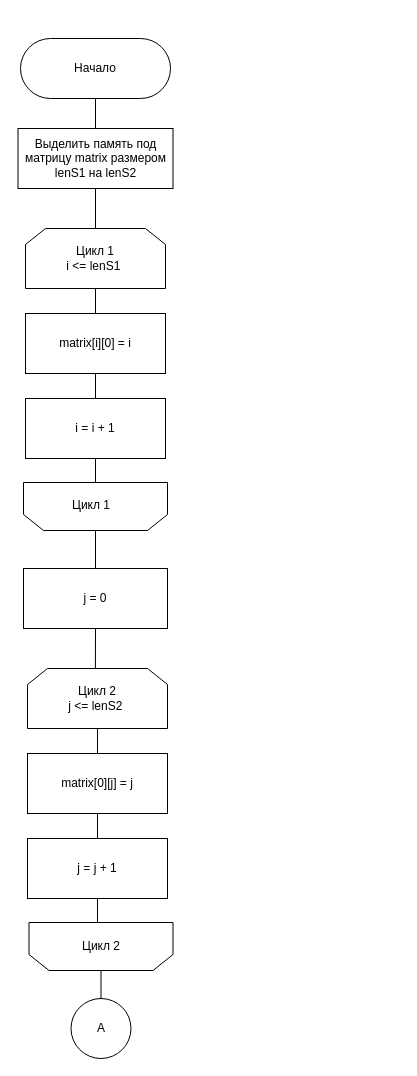
The draw.io diagram page "Страница — 4" (4 of 6) of docs/report/LR.drawio in Slindess/CG_COURSE, before the edit. Source tidied: cells renumbered, new cells numbered last; positions are measured from the earlier drawing's top-left corner, leaving out a move shared by most shapes. Both pictures are drawn from the tidied source at 100%, with x=0, y=0 at pixel (18, 38).
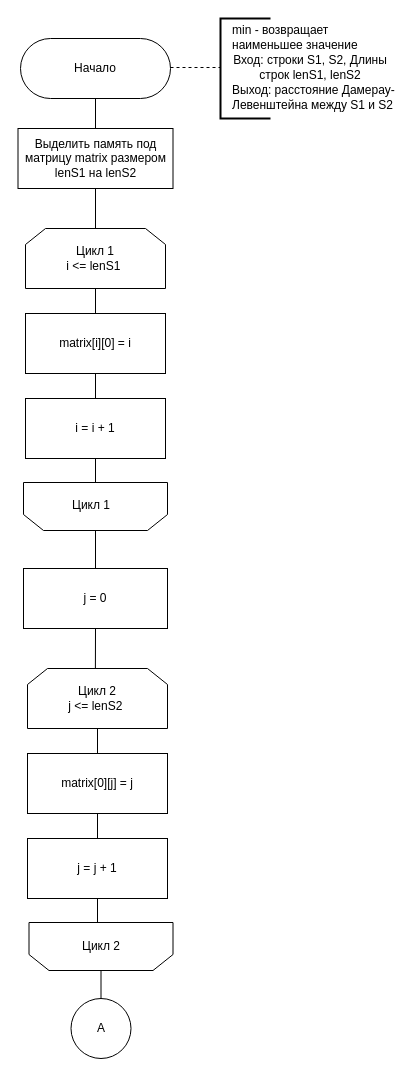
The same diagram, later.

Change to the diagram source:
```diff
@@
+    <mxCell id="27" style="strokeWidth=2;html=1;shape=mxgraph.flowchart.annotation_1;align=left;" parent="1" vertex="1">
+      <mxGeometry x="202" y="-20" width="50" height="100" as="geometry" />
+    </mxCell>
+    <mxCell id="28" value="min - возвращает наименьшее значение" style="text;html=1;align=left;verticalAlign=middle;whiteSpace=wrap;rounded=0;" parent="1" vertex="1">
+      <mxGeometry x="212" y="-16" width="160" height="30" as="geometry" />
+    </mxCell>
+    <mxCell id="29" value="Вход: строки S1, S2, Длины строк lenS1, lenS2" style="text;html=1;align=center;verticalAlign=middle;whiteSpace=wrap;rounded=0;" parent="1" vertex="1">
+      <mxGeometry x="202" y="14" width="180" height="30" as="geometry" />
+    </mxCell>
+    <mxCell id="30" value="Выход: расстояние Дамерау-Левенштейна между S1 и S2" style="text;html=1;align=left;verticalAlign=middle;whiteSpace=wrap;rounded=0;" parent="1" vertex="1">
+      <mxGeometry x="212" y="44" width="170" height="30" as="geometry" />
+    </mxCell>
+    <mxCell id="31" style="endArrow=none;dashed=1;html=1;rounded=0;entryX=0;entryY=0.5;entryDx=0;entryDy=0;exitX=1;exitY=0.5;exitDx=0;exitDy=0;" parent="1" edge="1" target="29">
+      <mxGeometry relative="1" as="geometry">
+        <mxPoint x="152" y="29" as="sourcePoint" />
+      </mxGeometry>
+    </mxCell>
```
